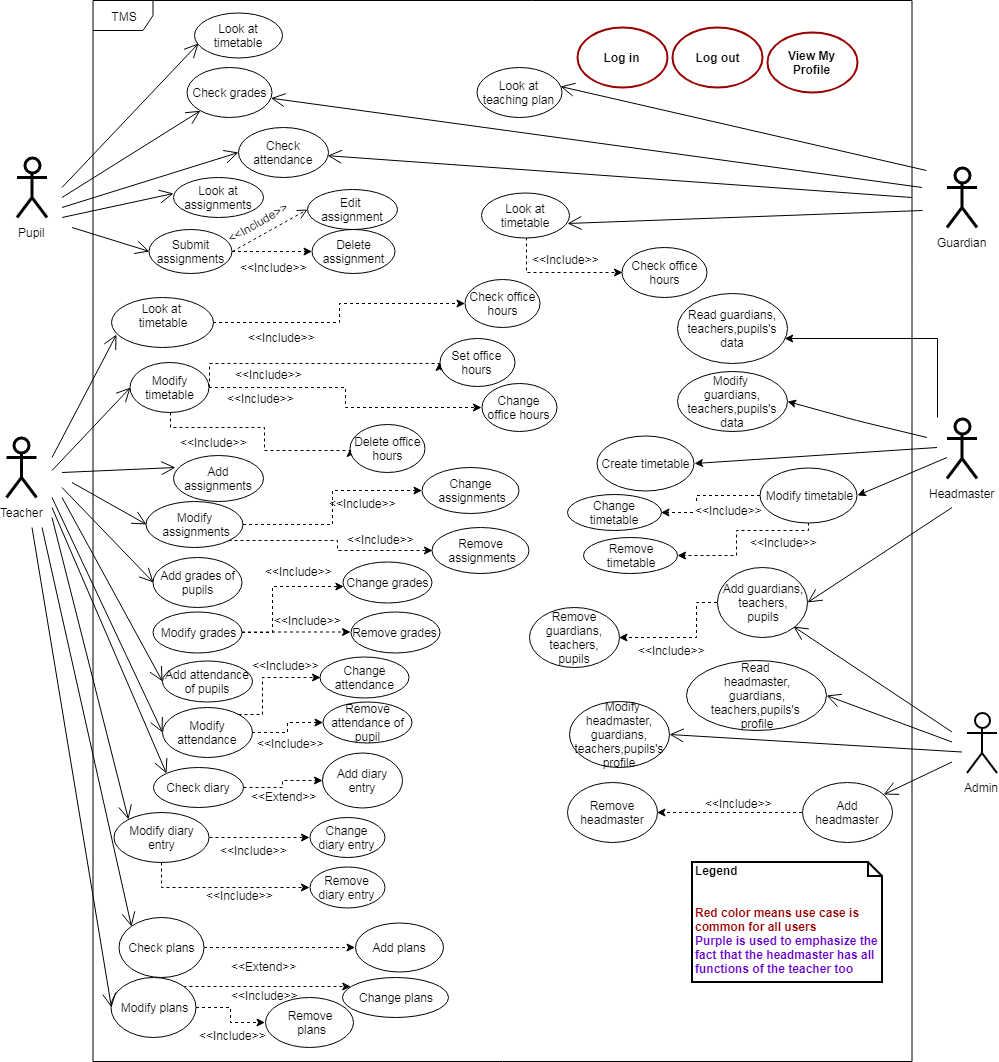
esmoqi16/TMS keeps this draw.io diagram as Diagrams/Use Cases/Detailed Use Cases.png. Above is the earlier version. Source tidied: cells renumbered, new cells last; positions are measured from the earlier drawing's top-left corner, leaving out a move shared by most shapes.
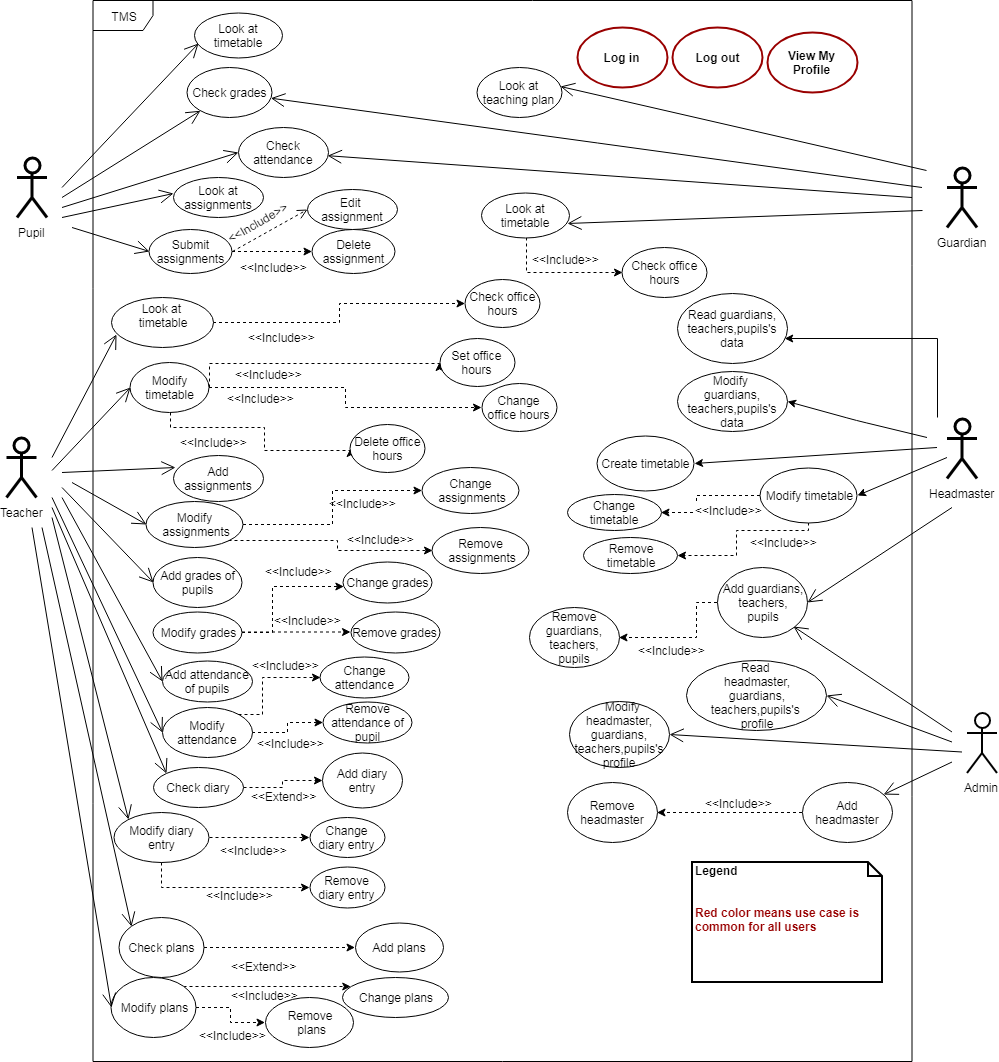
Above is the later version.

The edit, as a diff of the source:
```diff
@@ -211,7 +211,7 @@
         <mxPoint x="-23" y="10.5" as="offset" />
       </mxGeometry>
     </mxCell>
-    <mxCell id="57" value="&lt;b&gt;Legend&lt;br&gt;&lt;br&gt;&lt;br&gt;&lt;font color=&quot;#990000&quot;&gt;Red color means use case is common for all users&lt;br&gt;&lt;/font&gt;&lt;font color=&quot;#6600cc&quot;&gt;Purple is used to emphasize the fact that the headmaster has all functions of the teacher too&lt;/font&gt;&lt;br&gt;&lt;/b&gt;" style="shape=note;whiteSpace=wrap;html=1;size=14;verticalAlign=top;align=left;spacingTop=-6;strokeColor=#000000;strokeWidth=2;" parent="1" vertex="1">
+    <mxCell id="57" value="&lt;b&gt;Legend&lt;br&gt;&lt;br&gt;&lt;br&gt;&lt;font color=&quot;#990000&quot;&gt;Red color means use case is common for all users&lt;br&gt;&lt;/font&gt;&lt;br&gt;&lt;/b&gt;" style="shape=note;whiteSpace=wrap;html=1;size=14;verticalAlign=top;align=left;spacingTop=-6;strokeColor=#000000;strokeWidth=2;" parent="1" vertex="1">
       <mxGeometry x="685.5" y="861.5" width="190" height="120" as="geometry" />
     </mxCell>
     <mxCell id="58" value="Read &lt;br&gt;headmaster,&lt;br&gt;guardians,&lt;br&gt;teachers,pupils's &lt;br&gt;profile&lt;br&gt;" style="ellipse;whiteSpace=wrap;html=1;" parent="1" vertex="1">
```
